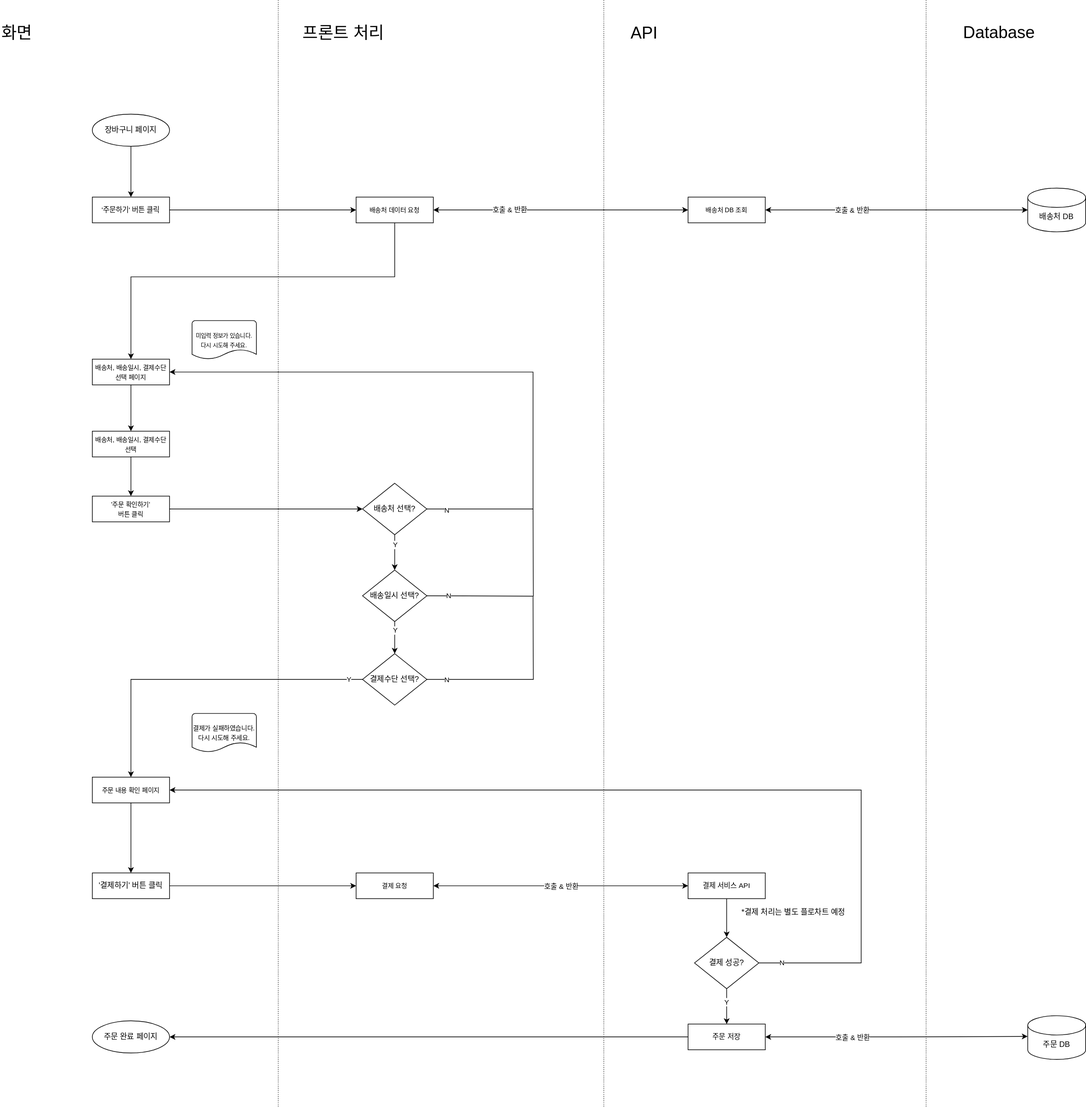
Before: docs/2. 설계/2.2 소프트웨어 설계/2.2.3 플로차트/주문 생성.svg, a diagram exported from draw.io (sarifor/cart-connect-market). Source tidied: cells renumbered, new cells last; positions are measured from the earlier drawing's top-left corner, leaving out a move shared by most shapes. Its diagram source:
```xml
<mxGraphModel>
  <root>
    <mxCell id="0" />
    <mxCell id="1" parent="0" />
    <mxCell id="2" style="edgeStyle=orthogonalEdgeStyle;rounded=0;jettySize=auto;html=1;exitX=0.5;exitY=1;exitDx=0;exitDy=0;entryX=0.5;entryY=0;entryDx=0;entryDy=0;" parent="1" edge="1" source="3" target="20">
      <mxGeometry relative="1" as="geometry" />
    </mxCell>
    <mxCell id="3" value="장바구니 페이지" style="ellipse;whiteSpace=wrap;html=1;" parent="1" vertex="1">
      <mxGeometry x="143" y="177" width="120" height="50" as="geometry" />
    </mxCell>
    <mxCell id="4" value="주문 DB" style="shape=cylinder3;whiteSpace=wrap;html=1;boundedLbl=1;backgroundOutline=1;size=15;" parent="1" vertex="1">
      <mxGeometry x="1597" y="1579" width="90" height="68" as="geometry" />
    </mxCell>
    <mxCell id="5" value="&lt;font style=&quot;font-size: 26px;&quot;&gt;화면&lt;/font&gt;" style="text;html=1;align=left;verticalAlign=middle;whiteSpace=wrap;rounded=0;" parent="1" vertex="1">
      <mxGeometry y="20" width="110" height="61" as="geometry" />
    </mxCell>
    <mxCell id="6" value="&lt;span style=&quot;font-size: 26px;&quot;&gt;프론트 처리&lt;/span&gt;" style="text;html=1;align=left;verticalAlign=middle;whiteSpace=wrap;rounded=0;" parent="1" vertex="1">
      <mxGeometry x="468" y="20" width="150" height="61" as="geometry" />
    </mxCell>
    <mxCell id="7" value="&lt;span style=&quot;font-size: 26px;&quot;&gt;API&lt;/span&gt;" style="text;html=1;align=left;verticalAlign=middle;whiteSpace=wrap;rounded=0;" parent="1" vertex="1">
      <mxGeometry x="978" y="20" width="150" height="61" as="geometry" />
    </mxCell>
    <mxCell id="8" value="&lt;span style=&quot;font-size: 26px;&quot;&gt;Database&lt;/span&gt;" style="text;html=1;align=left;verticalAlign=middle;whiteSpace=wrap;rounded=0;" parent="1" vertex="1">
      <mxGeometry x="1495" y="19" width="150" height="61" as="geometry" />
    </mxCell>
    <mxCell id="9" value="주문 완료 페이지" style="ellipse;whiteSpace=wrap;html=1;" parent="1" vertex="1">
      <mxGeometry x="143" y="1587" width="120" height="50" as="geometry" />
    </mxCell>
    <mxCell id="10" style="edgeStyle=orthogonalEdgeStyle;rounded=0;jettySize=auto;html=1;entryX=0;entryY=0.5;entryDx=0;entryDy=0;exitX=1;exitY=0.5;exitDx=0;exitDy=0;startArrow=classic;startFill=1;" parent="1" edge="1" source="12" target="16">
      <mxGeometry relative="1" as="geometry" />
    </mxCell>
    <mxCell id="11" value="호출 &amp;amp; 반환" style="edgeLabel;html=1;align=center;verticalAlign=middle;" parent="10" vertex="1">
      <mxGeometry relative="1" as="geometry" />
    </mxCell>
    <mxCell id="12" value="&lt;span style=&quot;font-size: 10px;&quot;&gt;결제 요청&lt;/span&gt;" style="rounded=0;whiteSpace=wrap;html=1;fontSize=12;glass=0;strokeWidth=1;shadow=0;" parent="1" vertex="1">
      <mxGeometry x="553" y="1357" width="120" height="40" as="geometry" />
    </mxCell>
    <mxCell id="13" style="edgeStyle=orthogonalEdgeStyle;rounded=0;jettySize=auto;html=1;entryX=0;entryY=0.5;entryDx=0;entryDy=0;exitX=1;exitY=0.5;exitDx=0;exitDy=0;" parent="1" edge="1" source="14" target="12">
      <mxGeometry relative="1" as="geometry" />
    </mxCell>
    <mxCell id="14" value="'결제하기' 버튼 클릭" style="rounded=0;whiteSpace=wrap;html=1;fontSize=12;glass=0;strokeWidth=1;shadow=0;" parent="1" vertex="1">
      <mxGeometry x="143" y="1357" width="120" height="40" as="geometry" />
    </mxCell>
    <mxCell id="15" style="edgeStyle=orthogonalEdgeStyle;rounded=0;jettySize=auto;html=1;exitX=0.5;exitY=1;exitDx=0;exitDy=0;entryX=0.5;entryY=0;entryDx=0;entryDy=0;" parent="1" edge="1" source="16" target="40">
      <mxGeometry relative="1" as="geometry" />
    </mxCell>
    <mxCell id="16" value="&lt;span style=&quot;font-size: 11px;&quot;&gt;결제 서비스 API&lt;/span&gt;" style="rounded=0;whiteSpace=wrap;html=1;fontSize=12;glass=0;strokeWidth=1;shadow=0;" parent="1" vertex="1">
      <mxGeometry x="1069" y="1357" width="120" height="40" as="geometry" />
    </mxCell>
    <mxCell id="17" style="endArrow=none;dashed=1;html=1;strokeWidth=1;rounded=0;dashPattern=1 2;" parent="1" edge="1">
      <mxGeometry relative="1" as="geometry">
        <mxPoint x="432" as="sourcePoint" />
        <mxPoint x="432" y="1720" as="targetPoint" />
      </mxGeometry>
    </mxCell>
    <mxCell id="18" style="edgeStyle=orthogonalEdgeStyle;rounded=0;jettySize=auto;html=1;exitX=0.5;exitY=1;exitDx=0;exitDy=0;entryX=0.5;entryY=0;entryDx=0;entryDy=0;" parent="1" edge="1" source="60" target="24">
      <mxGeometry relative="1" as="geometry">
        <Array as="points">
          <mxPoint x="613" y="430" />
          <mxPoint x="203" y="430" />
        </Array>
      </mxGeometry>
    </mxCell>
    <mxCell id="19" style="edgeStyle=orthogonalEdgeStyle;rounded=0;jettySize=auto;html=1;entryX=0;entryY=0.5;entryDx=0;entryDy=0;" parent="1" edge="1" source="20" target="60">
      <mxGeometry relative="1" as="geometry" />
    </mxCell>
    <mxCell id="20" value="&lt;span style=&quot;font-size: 11px;&quot;&gt;'주문하기' 버튼 클릭&lt;/span&gt;" style="rounded=0;whiteSpace=wrap;html=1;fontSize=12;glass=0;strokeWidth=1;shadow=0;" parent="1" vertex="1">
      <mxGeometry x="143" y="306" width="120" height="40" as="geometry" />
    </mxCell>
    <mxCell id="21" style="edgeStyle=orthogonalEdgeStyle;rounded=0;jettySize=auto;html=1;exitX=0.5;exitY=1;exitDx=0;exitDy=0;entryX=0.5;entryY=0;entryDx=0;entryDy=0;" parent="1" edge="1" source="22" target="46">
      <mxGeometry relative="1" as="geometry" />
    </mxCell>
    <mxCell id="22" value="&lt;font size=&quot;1&quot;&gt;배송처, 배송일시, 결제수단&lt;/font&gt;&lt;div&gt;&lt;font size=&quot;1&quot;&gt;선택&lt;/font&gt;&lt;/div&gt;" style="rounded=0;whiteSpace=wrap;html=1;fontSize=12;glass=0;strokeWidth=1;shadow=0;" parent="1" vertex="1">
      <mxGeometry x="143" y="670" width="120" height="40" as="geometry" />
    </mxCell>
    <mxCell id="23" style="edgeStyle=orthogonalEdgeStyle;rounded=0;jettySize=auto;html=1;exitX=0.5;exitY=1;exitDx=0;exitDy=0;entryX=0.5;entryY=0;entryDx=0;entryDy=0;" parent="1" edge="1" source="24" target="22">
      <mxGeometry relative="1" as="geometry" />
    </mxCell>
    <mxCell id="24" value="&lt;font size=&quot;1&quot;&gt;배송처, 배송일시, 결제수단&lt;/font&gt;&lt;div&gt;&lt;font size=&quot;1&quot;&gt;선택 페이지&lt;/font&gt;&lt;/div&gt;" style="rounded=0;whiteSpace=wrap;html=1;fontSize=12;glass=0;strokeWidth=1;shadow=0;" parent="1" vertex="1">
      <mxGeometry x="143" y="558" width="120" height="40" as="geometry" />
    </mxCell>
    <mxCell id="25" style="edgeStyle=orthogonalEdgeStyle;rounded=0;jettySize=auto;html=1;exitX=0.5;exitY=1;exitDx=0;exitDy=0;entryX=0.5;entryY=0;entryDx=0;entryDy=0;" parent="1" edge="1" source="27" target="30">
      <mxGeometry relative="1" as="geometry" />
    </mxCell>
    <mxCell id="26" value="Y" style="edgeLabel;html=1;align=center;verticalAlign=middle;" parent="25" vertex="1">
      <mxGeometry x="-0.46" relative="1" as="geometry" />
    </mxCell>
    <mxCell id="27" value="&lt;font style=&quot;font-size: 12px;&quot;&gt;배송처 선택?&lt;/font&gt;" style="rhombus;whiteSpace=wrap;html=1;fontSize=7;" parent="1" vertex="1">
      <mxGeometry x="563" y="751" width="100" height="80" as="geometry" />
    </mxCell>
    <mxCell id="28" style="edgeStyle=orthogonalEdgeStyle;rounded=0;jettySize=auto;html=1;" parent="1" edge="1" source="30" target="33">
      <mxGeometry relative="1" as="geometry" />
    </mxCell>
    <mxCell id="29" value="Y" style="edgeLabel;html=1;align=center;verticalAlign=middle;" parent="28" vertex="1">
      <mxGeometry x="-0.46" relative="1" as="geometry" />
    </mxCell>
    <mxCell id="30" value="&lt;span style=&quot;font-size: 12px;&quot;&gt;배송일시 선택?&lt;/span&gt;" style="rhombus;whiteSpace=wrap;html=1;fontSize=7;" parent="1" vertex="1">
      <mxGeometry x="563" y="886" width="100" height="80" as="geometry" />
    </mxCell>
    <mxCell id="31" style="edgeStyle=orthogonalEdgeStyle;rounded=0;jettySize=auto;html=1;entryX=0.5;entryY=0;entryDx=0;entryDy=0;exitX=0;exitY=0.5;exitDx=0;exitDy=0;" parent="1" edge="1" source="33" target="35">
      <mxGeometry relative="1" as="geometry" />
    </mxCell>
    <mxCell id="32" value="Y" style="edgeLabel;html=1;align=center;verticalAlign=middle;" parent="31" vertex="1">
      <mxGeometry x="-0.91" y="-1" relative="1" as="geometry" />
    </mxCell>
    <mxCell id="33" value="&lt;span style=&quot;font-size: 12px;&quot;&gt;결제수단 선택?&lt;/span&gt;" style="rhombus;whiteSpace=wrap;html=1;fontSize=7;" parent="1" vertex="1">
      <mxGeometry x="563" y="1016" width="100" height="80" as="geometry" />
    </mxCell>
    <mxCell id="34" style="edgeStyle=orthogonalEdgeStyle;rounded=0;jettySize=auto;html=1;exitX=0.5;exitY=1;exitDx=0;exitDy=0;entryX=0.5;entryY=0;entryDx=0;entryDy=0;" parent="1" edge="1" source="35" target="14">
      <mxGeometry relative="1" as="geometry" />
    </mxCell>
    <mxCell id="35" value="&lt;font size=&quot;1&quot;&gt;주문 내용&amp;nbsp;&lt;/font&gt;&lt;span style=&quot;font-size: x-small; background-color: transparent; color: light-dark(rgb(0, 0, 0), rgb(255, 255, 255));&quot;&gt;확인 페이지&lt;/span&gt;" style="rounded=0;whiteSpace=wrap;html=1;fontSize=12;glass=0;strokeWidth=1;shadow=0;" parent="1" vertex="1">
      <mxGeometry x="143" y="1208" width="120" height="40" as="geometry" />
    </mxCell>
    <mxCell id="36" style="edgeStyle=orthogonalEdgeStyle;rounded=0;jettySize=auto;html=1;exitX=0.5;exitY=1;exitDx=0;exitDy=0;" parent="1" edge="1" source="40" target="44">
      <mxGeometry relative="1" as="geometry" />
    </mxCell>
    <mxCell id="37" value="Y" style="edgeLabel;html=1;align=center;verticalAlign=middle;" parent="36" vertex="1">
      <mxGeometry x="-0.26" y="-1" relative="1" as="geometry" />
    </mxCell>
    <mxCell id="38" style="edgeStyle=orthogonalEdgeStyle;rounded=0;jettySize=auto;html=1;entryX=1;entryY=0.5;entryDx=0;entryDy=0;exitX=1;exitY=0.5;exitDx=0;exitDy=0;" parent="1" edge="1" source="40" target="35">
      <mxGeometry relative="1" as="geometry">
        <Array as="points">
          <mxPoint x="1338" y="1497" />
          <mxPoint x="1338" y="1228" />
        </Array>
      </mxGeometry>
    </mxCell>
    <mxCell id="39" value="N" style="edgeLabel;html=1;align=center;verticalAlign=middle;" parent="38" vertex="1">
      <mxGeometry x="-0.95" y="1" relative="1" as="geometry" />
    </mxCell>
    <mxCell id="40" value="&lt;span style=&quot;font-size: 12px;&quot;&gt;결제 성공?&lt;/span&gt;" style="rhombus;whiteSpace=wrap;html=1;fontSize=7;" parent="1" vertex="1">
      <mxGeometry x="1079" y="1457" width="100" height="80" as="geometry" />
    </mxCell>
    <mxCell id="41" style="edgeStyle=orthogonalEdgeStyle;rounded=0;jettySize=auto;html=1;entryX=-0.002;entryY=0.473;entryDx=0;entryDy=0;entryPerimeter=0;startArrow=classic;startFill=1;exitX=1;exitY=0.5;exitDx=0;exitDy=0;" parent="1" edge="1" source="44" target="4">
      <mxGeometry relative="1" as="geometry" />
    </mxCell>
    <mxCell id="42" value="호출 &amp;amp; 반환" style="edgeLabel;html=1;align=center;verticalAlign=middle;" parent="41" vertex="1">
      <mxGeometry x="-0.33" relative="1" as="geometry" />
    </mxCell>
    <mxCell id="43" style="edgeStyle=orthogonalEdgeStyle;rounded=0;jettySize=auto;html=1;entryX=1;entryY=0.5;entryDx=0;entryDy=0;exitX=0;exitY=0.5;exitDx=0;exitDy=0;" parent="1" edge="1" source="44" target="9">
      <mxGeometry relative="1" as="geometry" />
    </mxCell>
    <mxCell id="44" value="&lt;span style=&quot;font-size: 11px;&quot;&gt;주문 저장&lt;/span&gt;" style="rounded=0;whiteSpace=wrap;html=1;fontSize=12;glass=0;strokeWidth=1;shadow=0;" parent="1" vertex="1">
      <mxGeometry x="1069" y="1592" width="120" height="40" as="geometry" />
    </mxCell>
    <mxCell id="45" style="edgeStyle=orthogonalEdgeStyle;rounded=0;jettySize=auto;html=1;exitX=1;exitY=0.5;exitDx=0;exitDy=0;entryX=0;entryY=0.5;entryDx=0;entryDy=0;" parent="1" edge="1" source="46" target="27">
      <mxGeometry relative="1" as="geometry" />
    </mxCell>
    <mxCell id="46" value="&lt;font size=&quot;1&quot;&gt;'주문 확인하기'&lt;/font&gt;&lt;div&gt;&lt;font size=&quot;1&quot;&gt;버튼 클릭&lt;/font&gt;&lt;/div&gt;" style="rounded=0;whiteSpace=wrap;html=1;fontSize=12;glass=0;strokeWidth=1;shadow=0;" parent="1" vertex="1">
      <mxGeometry x="143" y="771" width="120" height="40" as="geometry" />
    </mxCell>
    <mxCell id="47" style="group;" parent="1" vertex="1">
      <mxGeometry x="663" y="578" width="165" height="349" as="geometry" />
    </mxCell>
    <mxCell id="48" style="group;" parent="47" vertex="1">
      <mxGeometry width="165" height="349" as="geometry" />
    </mxCell>
    <mxCell id="49" style="edgeStyle=orthogonalEdgeStyle;rounded=0;jettySize=auto;html=1;entryX=1;entryY=0.5;entryDx=0;entryDy=0;exitX=1;exitY=0.5;exitDx=0;exitDy=0;" parent="48" edge="1" source="27" target="24">
      <mxGeometry relative="1" as="geometry">
        <Array as="points">
          <mxPoint x="165" y="213" />
          <mxPoint x="165" />
        </Array>
      </mxGeometry>
    </mxCell>
    <mxCell id="50" value="N" style="edgeLabel;html=1;align=center;verticalAlign=middle;" parent="49" vertex="1">
      <mxGeometry x="-0.94" y="-1" relative="1" as="geometry" />
    </mxCell>
    <mxCell id="51" style="edgeStyle=orthogonalEdgeStyle;rounded=0;orthogonalLoop=1;jettySize=auto;html=1;endArrow=none;startFill=0;" parent="48" edge="1">
      <mxGeometry relative="1" as="geometry">
        <mxPoint y="348" as="sourcePoint" />
        <mxPoint x="165" y="213" as="targetPoint" />
      </mxGeometry>
    </mxCell>
    <mxCell id="52" value="N" style="edgeLabel;html=1;align=center;verticalAlign=middle;" parent="51" vertex="1">
      <mxGeometry x="-0.79" y="1" relative="1" as="geometry" />
    </mxCell>
    <mxCell id="53" style="edgeStyle=orthogonalEdgeStyle;rounded=0;jettySize=auto;html=1;endArrow=none;startFill=0;exitX=1;exitY=0.5;exitDx=0;exitDy=0;" parent="48" edge="1" source="33">
      <mxGeometry relative="1" as="geometry">
        <mxPoint x="165" y="349" as="targetPoint" />
      </mxGeometry>
    </mxCell>
    <mxCell id="54" value="N" style="edgeLabel;html=1;align=center;verticalAlign=middle;" parent="53" vertex="1">
      <mxGeometry x="-0.79" y="2" relative="1" as="geometry">
        <mxPoint y="2" as="offset" />
      </mxGeometry>
    </mxCell>
    <mxCell id="55" value="*결제 처리는 별도 플로차트 예정" style="text;html=1;align=center;verticalAlign=middle;whiteSpace=wrap;rounded=0;" parent="1" vertex="1">
      <mxGeometry x="1148" y="1408" width="170" height="20" as="geometry" />
    </mxCell>
    <mxCell id="56" value="&lt;font style=&quot;font-size: 9px;&quot;&gt;미입력 정보가 있습니다.&lt;/font&gt;&lt;div&gt;&lt;font style=&quot;font-size: 9px;&quot;&gt;다시 시도해 주세요.&lt;/font&gt;&lt;/div&gt;" style="strokeWidth=1;html=1;shape=mxgraph.flowchart.document2;whiteSpace=wrap;size=0.25;" parent="1" vertex="1">
      <mxGeometry x="298" y="498" width="100" height="60" as="geometry" />
    </mxCell>
    <mxCell id="57" value="&lt;font size=&quot;1&quot;&gt;결제가 실패하였습니다.&lt;/font&gt;&lt;div&gt;&lt;font size=&quot;1&quot;&gt;다시 시도해 주세요.&lt;/font&gt;&lt;/div&gt;" style="strokeWidth=1;html=1;shape=mxgraph.flowchart.document2;whiteSpace=wrap;size=0.25;" parent="1" vertex="1">
      <mxGeometry x="298" y="1109" width="100" height="60" as="geometry" />
    </mxCell>
    <mxCell id="58" style="edgeStyle=orthogonalEdgeStyle;rounded=0;jettySize=auto;html=1;entryX=0;entryY=0.5;entryDx=0;entryDy=0;exitX=1;exitY=0.5;exitDx=0;exitDy=0;startArrow=classic;startFill=1;" parent="1" edge="1" source="60" target="63">
      <mxGeometry relative="1" as="geometry" />
    </mxCell>
    <mxCell id="59" value="호출 &amp;amp; 반환" style="edgeLabel;html=1;align=center;verticalAlign=middle;" parent="58" vertex="1">
      <mxGeometry x="-0.4" y="1" relative="1" as="geometry" />
    </mxCell>
    <mxCell id="60" value="&lt;span style=&quot;font-size: 10px;&quot;&gt;배송처 데이터 요청&lt;/span&gt;" style="rounded=0;whiteSpace=wrap;html=1;fontSize=12;glass=0;strokeWidth=1;shadow=0;" parent="1" vertex="1">
      <mxGeometry x="553" y="306" width="120" height="40" as="geometry" />
    </mxCell>
    <mxCell id="61" style="edgeStyle=orthogonalEdgeStyle;rounded=0;jettySize=auto;html=1;entryX=0;entryY=0.5;entryDx=0;entryDy=0;entryPerimeter=0;exitX=1;exitY=0.5;exitDx=0;exitDy=0;startArrow=classic;startFill=1;" parent="1" edge="1" source="63" target="64">
      <mxGeometry relative="1" as="geometry" />
    </mxCell>
    <mxCell id="62" value="호출 &amp;amp; 반환" style="edgeLabel;html=1;align=center;verticalAlign=middle;" parent="61" vertex="1">
      <mxGeometry x="-0.35" y="-3" relative="1" as="geometry">
        <mxPoint x="1" y="-3" as="offset" />
      </mxGeometry>
    </mxCell>
    <mxCell id="63" value="&lt;span style=&quot;font-size: 10px;&quot;&gt;배송처 DB 조회&lt;/span&gt;" style="rounded=0;whiteSpace=wrap;html=1;fontSize=12;glass=0;strokeWidth=1;shadow=0;" parent="1" vertex="1">
      <mxGeometry x="1069" y="306" width="120" height="40" as="geometry" />
    </mxCell>
    <mxCell id="64" value="배송처 DB" style="shape=cylinder3;whiteSpace=wrap;html=1;boundedLbl=1;backgroundOutline=1;size=15;" parent="1" vertex="1">
      <mxGeometry x="1597" y="292" width="90" height="68" as="geometry" />
    </mxCell>
    <mxCell id="65" style="endArrow=none;dashed=1;html=1;strokeWidth=1;rounded=0;dashPattern=1 2;" parent="1" edge="1">
      <mxGeometry relative="1" as="geometry">
        <mxPoint x="938" as="sourcePoint" />
        <mxPoint x="938" y="1720" as="targetPoint" />
      </mxGeometry>
    </mxCell>
    <mxCell id="66" style="endArrow=none;dashed=1;html=1;strokeWidth=1;rounded=0;dashPattern=1 2;" parent="1" edge="1">
      <mxGeometry relative="1" as="geometry">
        <mxPoint x="1439" as="sourcePoint" />
        <mxPoint x="1439" y="1720" as="targetPoint" />
      </mxGeometry>
    </mxCell>
  </root>
</mxGraphModel>
```
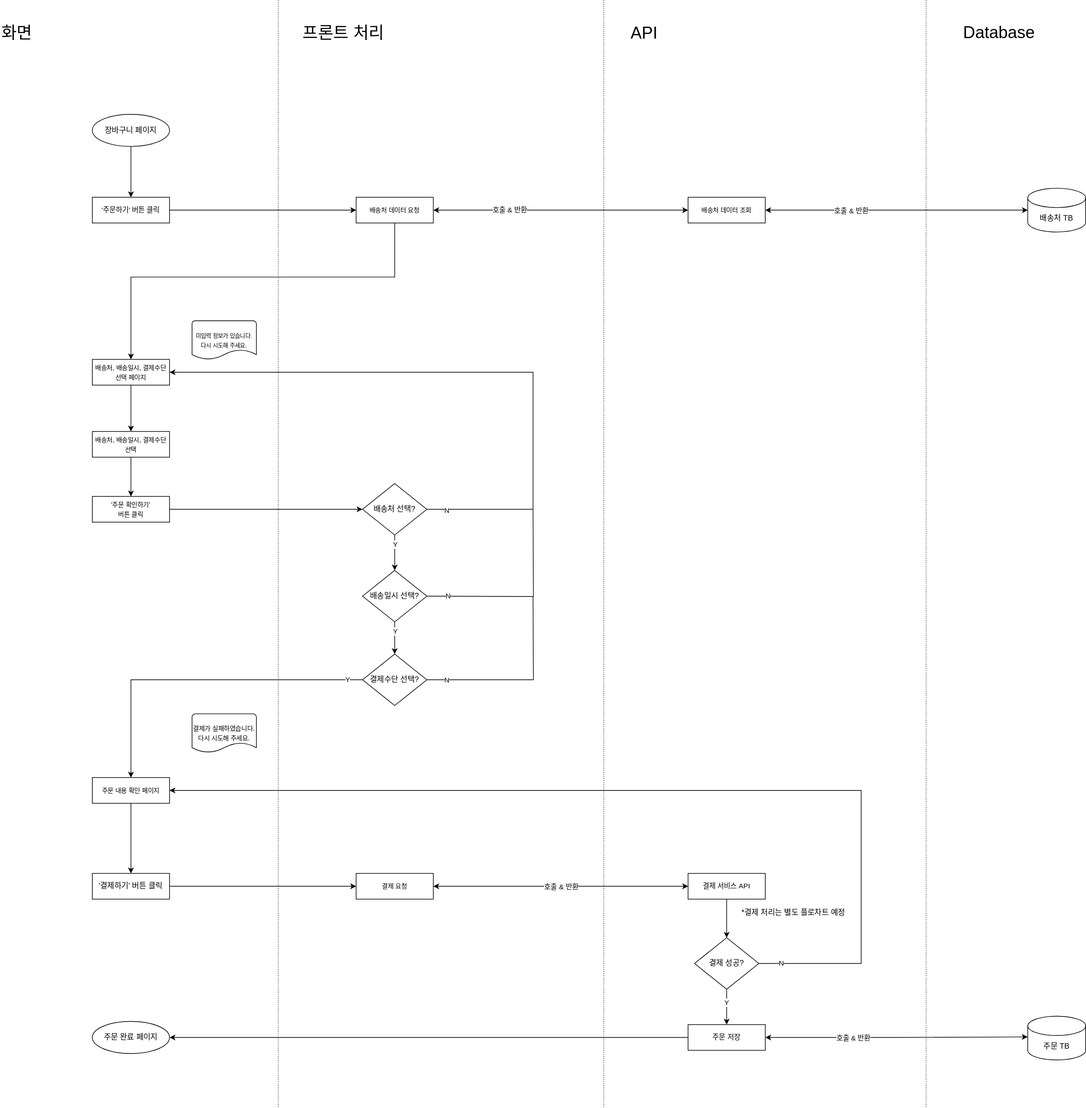
After the commit.

Diff of the diagram source:
```diff
@@ -8,7 +8,7 @@
     <mxCell id="3" value="장바구니 페이지" style="ellipse;whiteSpace=wrap;html=1;" parent="1" vertex="1">
       <mxGeometry x="143" y="177" width="120" height="50" as="geometry" />
     </mxCell>
-    <mxCell id="4" value="주문 DB" style="shape=cylinder3;whiteSpace=wrap;html=1;boundedLbl=1;backgroundOutline=1;size=15;" parent="1" vertex="1">
+    <mxCell id="4" value="주문 TB" style="shape=cylinder3;whiteSpace=wrap;html=1;boundedLbl=1;backgroundOutline=1;size=15;" parent="1" vertex="1">
       <mxGeometry x="1597" y="1579" width="90" height="68" as="geometry" />
     </mxCell>
     <mxCell id="5" value="&lt;font style=&quot;font-size: 26px;&quot;&gt;화면&lt;/font&gt;" style="text;html=1;align=left;verticalAlign=middle;whiteSpace=wrap;rounded=0;" parent="1" vertex="1">
@@ -212,10 +212,10 @@
         <mxPoint x="1" y="-3" as="offset" />
       </mxGeometry>
     </mxCell>
-    <mxCell id="63" value="&lt;span style=&quot;font-size: 10px;&quot;&gt;배송처 DB 조회&lt;/span&gt;" style="rounded=0;whiteSpace=wrap;html=1;fontSize=12;glass=0;strokeWidth=1;shadow=0;" parent="1" vertex="1">
+    <mxCell id="63" value="&lt;span style=&quot;font-size: 10px;&quot;&gt;배송처 데이터 조회&lt;/span&gt;" style="rounded=0;whiteSpace=wrap;html=1;fontSize=12;glass=0;strokeWidth=1;shadow=0;" parent="1" vertex="1">
       <mxGeometry x="1069" y="306" width="120" height="40" as="geometry" />
     </mxCell>
-    <mxCell id="64" value="배송처 DB" style="shape=cylinder3;whiteSpace=wrap;html=1;boundedLbl=1;backgroundOutline=1;size=15;" parent="1" vertex="1">
+    <mxCell id="64" value="배송처 TB" style="shape=cylinder3;whiteSpace=wrap;html=1;boundedLbl=1;backgroundOutline=1;size=15;" parent="1" vertex="1">
       <mxGeometry x="1597" y="292" width="90" height="68" as="geometry" />
     </mxCell>
     <mxCell id="65" style="endArrow=none;dashed=1;html=1;strokeWidth=1;rounded=0;dashPattern=1 2;" parent="1" edge="1">
```
